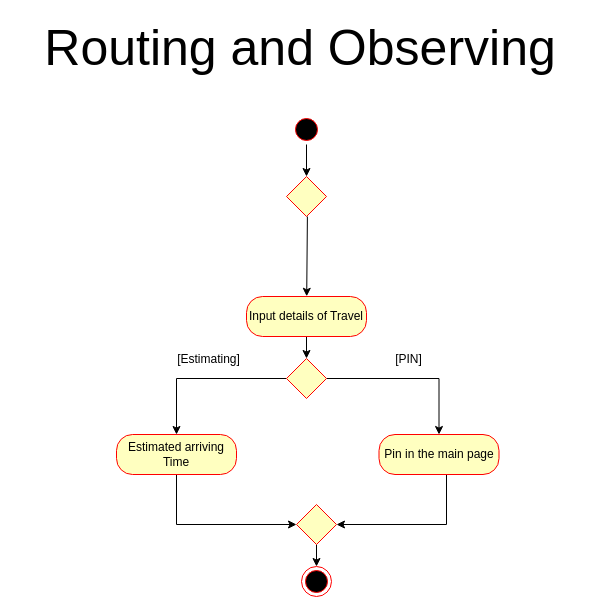
Earlier version of the draw.io diagram ActivityDiagram/Routing activity Diagram.drawio (kargaranamir/Travelink). Source tidied: cells renumbered, new cells numbered last; positions are measured from the earlier drawing's top-left corner, leaving out a move shared by most shapes. Both pictures are drawn from the tidied source at 100%, with x=0, y=0 at pixel (17, 37).
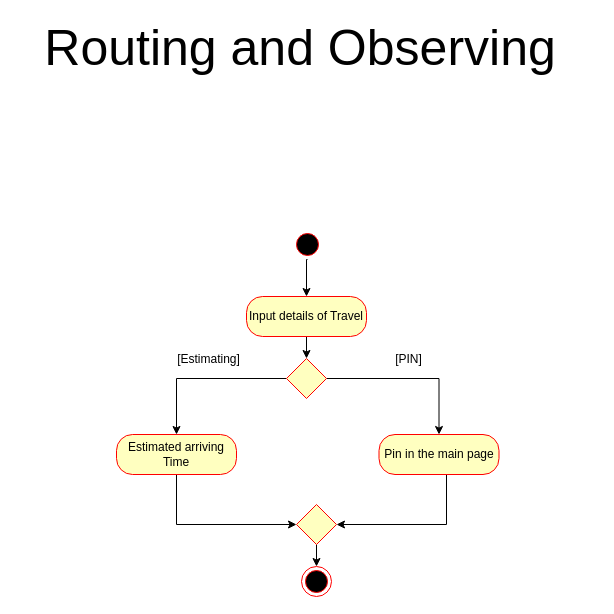
Above is the later version.

Unchanged cells that the change refers to:
```xml
<mxCell id="3" value="Input details of Travel" style="rounded=1;whiteSpace=wrap;html=1;arcSize=40;fontColor=#000000;fillColor=#ffffc0;strokeColor=#ff0000;" parent="1" vertex="1">
  <mxGeometry x="229" y="259" width="120" height="40" as="geometry" />
</mxCell>
```

What changed in the source:
```diff
@@
-    <mxCell id="15" style="edgeStyle=orthogonalEdgeStyle;rounded=0;jettySize=auto;html=1;exitX=0.5;exitY=1;exitDx=0;exitDy=0;entryX=0.5;entryY=0;entryDx=0;entryDy=0;" parent="1" edge="1" source="16" target="19">
-      <mxGeometry relative="1" as="geometry" />
-    </mxCell>
+    <mxCell id="21" style="edgeStyle=orthogonalEdgeStyle;rounded=0;jettySize=auto;html=1;exitX=0.5;exitY=1;exitDx=0;exitDy=0;entryX=0.5;entryY=0;entryDx=0;entryDy=0;" parent="1" edge="1" source="16" target="3">
+      <mxGeometry relative="1" as="geometry" />
+    </mxCell>
     <mxCell id="16" style="ellipse;html=1;shape=startState;fillColor=#000000;strokeColor=#ff0000;labelBackgroundColor=none;" parent="1" vertex="1">
-      <mxGeometry x="274" y="77" width="30" height="30" as="geometry" />
+      <mxGeometry x="275" y="192" width="30" height="30" as="geometry" />
     </mxCell>
@@
-    <mxCell id="18" style="edgeStyle=orthogonalEdgeStyle;rounded=0;orthogonalLoop=1;jettySize=auto;html=1;entryX=0.5;entryY=0;entryDx=0;entryDy=0;" parent="1" edge="1">
-      <mxGeometry relative="1" as="geometry">
-        <mxPoint x="289.9" y="179" as="sourcePoint" />
-        <mxPoint x="289.2" y="258.8" as="targetPoint" />
-        <Array as="points">
-          <mxPoint x="289" y="179" />
-          <mxPoint x="289" y="219" />
-        </Array>
-      </mxGeometry>
-    </mxCell>
-    <mxCell id="19" style="shape=rhombus;html=1;verticalLabelPosition=top;verticalAlignment=bottom;fillColor=#FFFFC0;strokeColor=#FF0000;" parent="1" vertex="1">
-      <mxGeometry x="269" y="139" width="40" height="40" as="geometry" />
-    </mxCell>
```
